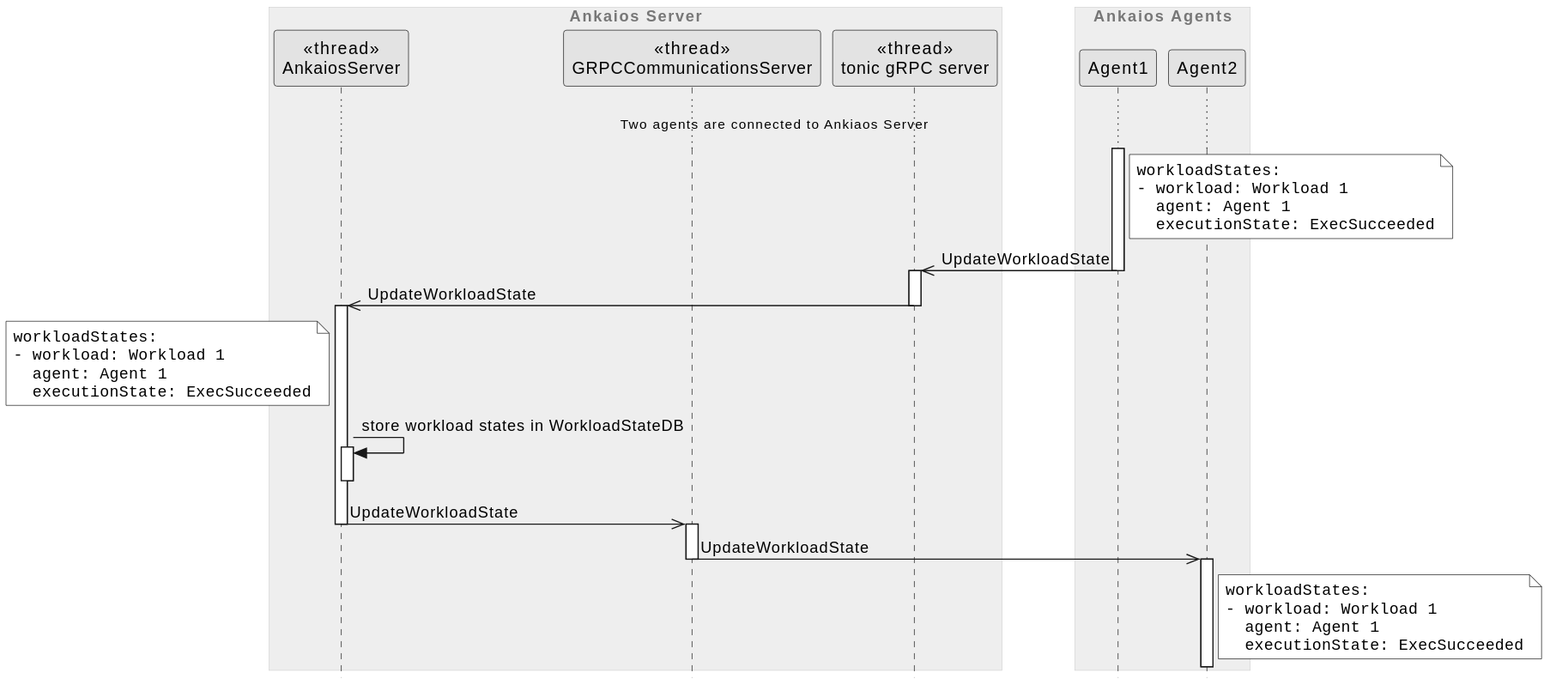
The PlantUML diagram server/doc/swdesign/plantuml/seq_wl_state_update.svg in eclipse-ankaios/ankaios, before a commit.
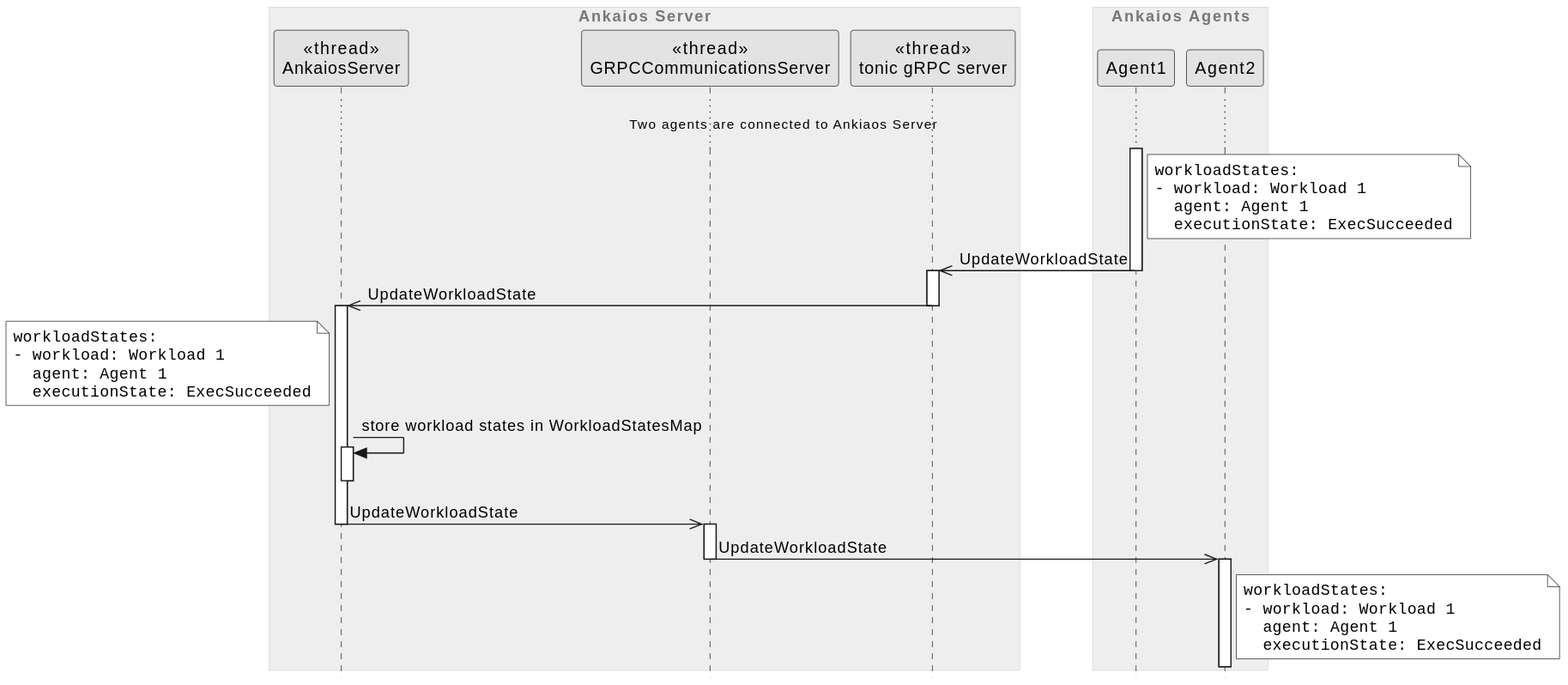
The same diagram one commit later.

Change to the diagram source:
```diff
@@ -32,7 +32,7 @@
         ""  executionState: ExecSucceeded""
 end note
 
-server -> server ++--: store workload states in WorkloadStateDB
+server -> server ++--: store workload states in WorkloadStatesMap
 
 server ->> grpc_server --++: UpdateWorkloadState
 grpc_server ->> agent2 --++: UpdateWorkloadState
```
